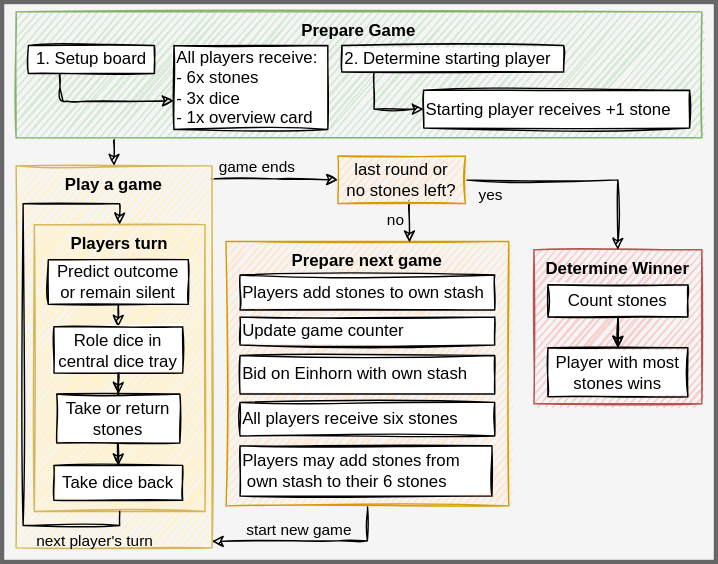
The draw.io diagram make/games/_einhorn.drawio.svg in sonj4ev4/FullByte.github.io, before a commit. Source tidied: cells renumbered, new cells last; positions are measured from the earlier drawing's top-left corner, leaving out a move shared by most shapes.
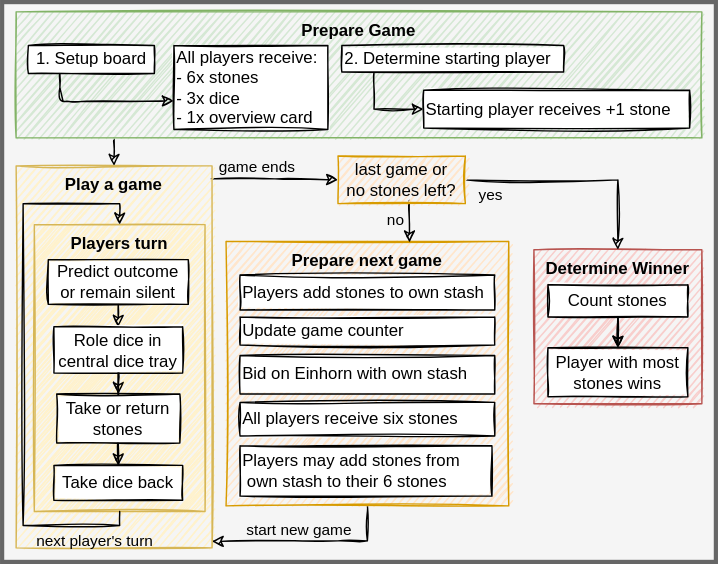
The same diagram one commit later.

Diff of the diagram source:
```diff
@@ -149,7 +149,7 @@
     <mxCell id="39" value="no" style="edgeStyle=orthogonalEdgeStyle;rounded=0;sketch=1;jettySize=auto;html=1;entryX=0.649;entryY=0.004;entryDx=0;entryDy=0;entryPerimeter=0;labelBackgroundColor=none;exitX=0.56;exitY=0.935;exitDx=0;exitDy=0;exitPerimeter=0;" parent="1" edge="1" source="40" target="29">
       <mxGeometry x="-0.03" y="-10" relative="1" as="geometry" />
     </mxCell>
-    <mxCell id="40" value="last round or&lt;br&gt;no stones left?" style="rounded=0;whiteSpace=wrap;html=1;labelBackgroundColor=none;fillColor=#ffe6cc;strokeColor=#d79b00;sketch=1;" parent="1" vertex="1">
+    <mxCell id="40" value="last game or&lt;br&gt;no stones left?" style="rounded=0;whiteSpace=wrap;html=1;labelBackgroundColor=none;fillColor=#ffe6cc;strokeColor=#d79b00;sketch=1;" parent="1" vertex="1">
       <mxGeometry x="240" y="110" width="91" height="34" as="geometry" />
     </mxCell>
   </root>
```
